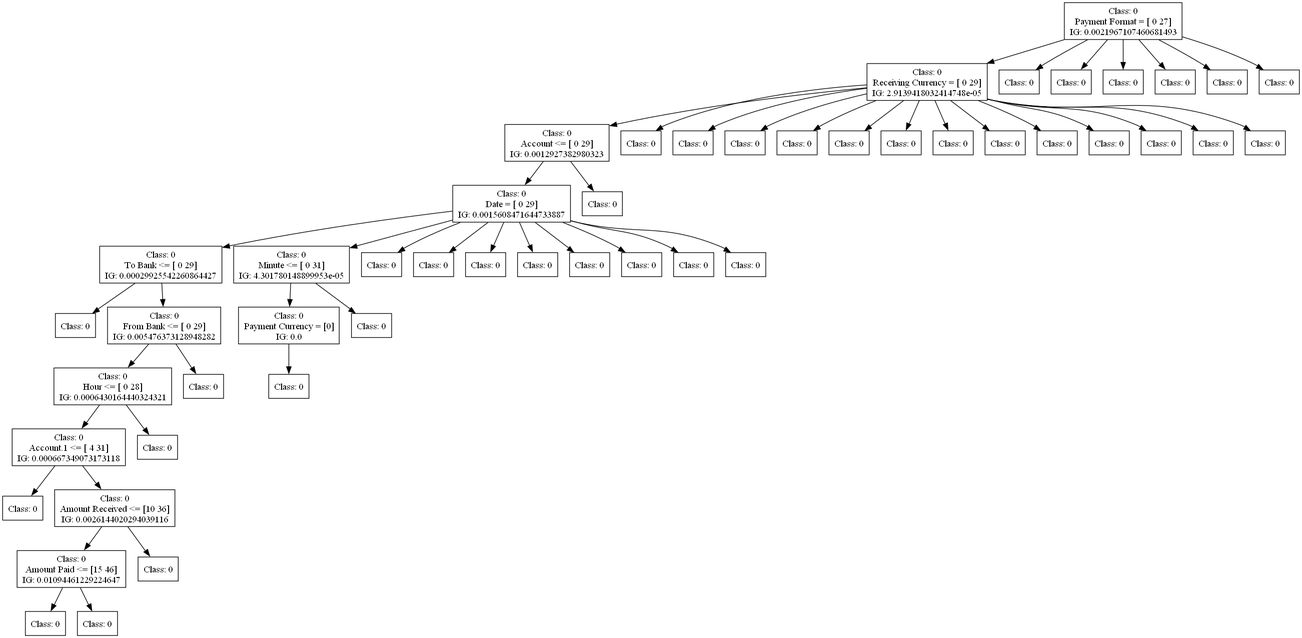
This is dot_figs/tree-id3-wo_preprocessing-2.png from FedericoBruzzone/anti-money-laundering, a Graphviz export, as it was before one commit. Its source is kept beside it as dot_figs/tree-id3-wo_preprocessing-2.dot.
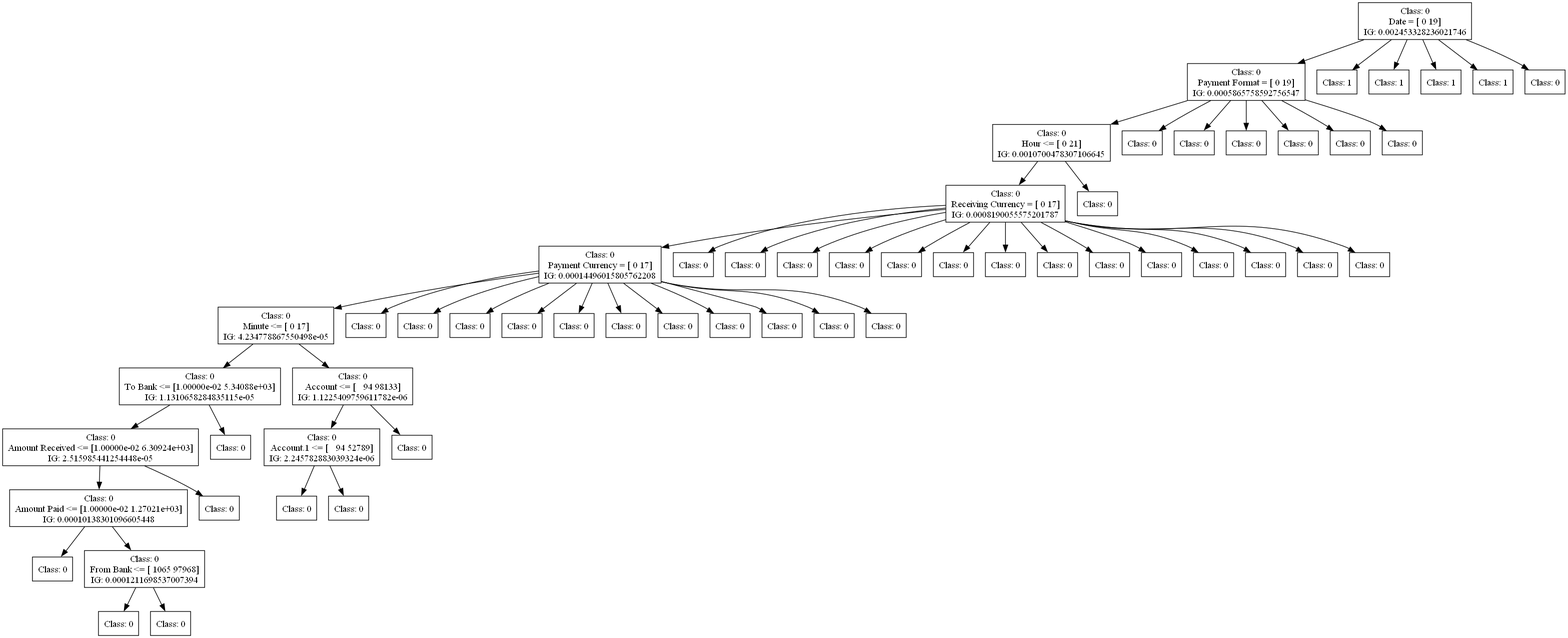
The same file after the commit.

The edit, as a diff of the source:
```diff
@@ -1,162 +1,186 @@
 digraph DecisionTree {
 	rankdir=TD;
 	node [shape=box];
-	1903594352752 [label="Class: 0
-Payment Format = [ 0 27]
-IG: 0.0021967107460681493"];
-	1903594341856 [label="Class: 0
-Receiving Currency = [ 0 29]
-IG: 2.9139418032414748e-05"];
-	1903594352752 -> 1903594341856;
-	1903594345072 [label="Class: 0
-Account <= [ 0 29]
-IG: 0.0012927382980323"];
-	1903594341856 -> 1903594345072;
-	1903594350064 [label="Class: 0
-Date = [ 0 29]
-IG: 0.0015608471644733887"];
-	1903594345072 -> 1903594350064;
-	1903594344544 [label="Class: 0
-To Bank <= [ 0 29]
-IG: 0.00029925542260864427"];
-	1903594350064 -> 1903594344544;
-	1903594354048 [label="Class: 0
+	2371196544544 [label="Class: 0
+Date = [ 0 19]
+IG: 0.002453328236021746"];
+	2371515421824 [label="Class: 0
+Payment Format = [ 0 19]
+IG: 0.0005865758592756547"];
+	2371196544544 -> 2371515421824;
+	2371515432912 [label="Class: 0
+Hour <= [ 0 21]
+IG: 0.0010700478307106645"];
+	2371515421824 -> 2371515432912;
+	2371721488624 [label="Class: 0
+Receiving Currency = [ 0 17]
+IG: 0.0008190055575201787"];
+	2371515432912 -> 2371721488624;
+	2372786486048 [label="Class: 0
+Payment Currency = [ 0 17]
+IG: 0.00014496015805762208"];
+	2371721488624 -> 2372786486048;
+	2371196691952 [label="Class: 0
+Minute <= [ 0 17]
+IG: 4.234778867550498e-05"];
+	2372786486048 -> 2371196691952;
+	2371515426048 [label="Class: 0
+To Bank <= [1.00000e-02 5.34088e+03]
+IG: 1.1310658284835115e-05"];
+	2371196691952 -> 2371515426048;
+	2371515430368 [label="Class: 0
+Amount Received <= [1.00000e-02 6.30924e+03]
+IG: 2.515985441254448e-05"];
+	2371515426048 -> 2371515430368;
+	2371515421200 [label="Class: 0
+Amount Paid <= [1.00000e-02 1.27021e+03]
+IG: 0.00010138301096605448"];
+	2371515430368 -> 2371515421200;
+	2371721479696 [label="Class: 0
 "];
-	1903594344544 -> 1903594354048;
-	1903594354960 [label="Class: 0
-From Bank <= [ 0 29]
-IG: 0.005476373128948282"];
-	1903594344544 -> 1903594354960;
-	1903594355248 [label="Class: 0
-Hour <= [ 0 28]
-IG: 0.0006430164440324321"];
-	1903594354960 -> 1903594355248;
-	1903594355968 [label="Class: 0
-Account.1 <= [ 4 31]
-IG: 0.000667349073173118"];
-	1903594355248 -> 1903594355968;
-	1903594350640 [label="Class: 0
+	2371515421200 -> 2371721479696;
+	2371721480896 [label="Class: 0
+From Bank <= [ 1065 97968]
+IG: 0.0001211698537007394"];
+	2371515421200 -> 2371721480896;
+	2371721483968 [label="Class: 0
 "];
-	1903594355968 -> 1903594350640;
-	1903594355824 [label="Class: 0
-Amount Received <= [10 36]
-IG: 0.0026144020294039116"];
-	1903594355968 -> 1903594355824;
-	1903594350256 [label="Class: 0
-Amount Paid <= [15 46]
-IG: 0.01094461229224647"];
-	1903594355824 -> 1903594350256;
-	1903594349920 [label="Class: 0
+	2371721480896 -> 2371721483968;
+	2371721483920 [label="Class: 0
 "];
-	1903594350256 -> 1903594349920;
-	1903594353664 [label="Class: 0
+	2371721480896 -> 2371721483920;
+	2371515427488 [label="Class: 0
 "];
-	1903594350256 -> 1903594353664;
-	1903594354720 [label="Class: 0
+	2371515430368 -> 2371515427488;
+	2371515431952 [label="Class: 0
 "];
-	1903594355824 -> 1903594354720;
-	1903594356400 [label="Class: 0
+	2371515426048 -> 2371515431952;
+	2371515424752 [label="Class: 0
+Account <= [   94 98133]
+IG: 1.1225409759611782e-06"];
+	2371196691952 -> 2371515424752;
+	2371721486080 [label="Class: 0
+Account.1 <= [   94 52789]
+IG: 2.245782883039324e-06"];
+	2371515424752 -> 2371721486080;
+	2371721488000 [label="Class: 0
 "];
-	1903594355248 -> 1903594356400;
-	1903594355680 [label="Class: 0
+	2371721486080 -> 2371721488000;
+	2371721489968 [label="Class: 0
 "];
-	1903594354960 -> 1903594355680;
-	1903594353232 [label="Class: 0
-Minute <= [ 0 31]
-IG: 4.301780148899953e-05"];
-	1903594350064 -> 1903594353232;
-	1901316556976 [label="Class: 0
-Payment Currency = [0]
-IG: 0.0"];
-	1903594353232 -> 1901316556976;
-	1901316556928 [label="Class: 0
+	2371721486080 -> 2371721489968;
+	2371721486896 [label="Class: 0
 "];
-	1901316556976 -> 1901316556928;
-	1901316557408 [label="Class: 0
+	2371515424752 -> 2371721486896;
+	2371196694736 [label="Class: 0
 "];
-	1903594353232 -> 1901316557408;
-	1903594349584 [label="Class: 0
+	2372786486048 -> 2371196694736;
+	2371196687824 [label="Class: 0
 "];
-	1903594350064 -> 1903594349584;
-	1903594343872 [label="Class: 0
+	2372786486048 -> 2371196687824;
+	2371196694688 [label="Class: 0
 "];
-	1903594350064 -> 1903594343872;
-	1903594343536 [label="Class: 0
+	2372786486048 -> 2371196694688;
+	2371515420336 [label="Class: 0
 "];
-	1903594350064 -> 1903594343536;
-	1903594353424 [label="Class: 0
+	2372786486048 -> 2371515420336;
+	2371515428784 [label="Class: 0
 "];
-	1903594350064 -> 1903594353424;
-	1903594342912 [label="Class: 0
+	2372786486048 -> 2371515428784;
+	2371515420288 [label="Class: 0
 "];
-	1903594350064 -> 1903594342912;
-	1903594350400 [label="Class: 0
+	2372786486048 -> 2371515420288;
+	2371515420672 [label="Class: 0
 "];
-	1903594350064 -> 1903594350400;
-	1903594347424 [label="Class: 0
+	2372786486048 -> 2371515420672;
+	2371515416736 [label="Class: 0
 "];
-	1903594350064 -> 1903594347424;
-	1903594349824 [label="Class: 0
+	2372786486048 -> 2371515416736;
+	2371515421248 [label="Class: 0
 "];
-	1903594350064 -> 1903594349824;
-	1903594353472 [label="Class: 0
+	2372786486048 -> 2371515421248;
+	2371515421296 [label="Class: 0
 "];
-	1903594345072 -> 1903594353472;
-	1903594343776 [label="Class: 0
+	2372786486048 -> 2371515421296;
+	2371515421968 [label="Class: 0
 "];
-	1903594341856 -> 1903594343776;
-	1903594341760 [label="Class: 0
+	2372786486048 -> 2371515421968;
+	2370908566240 [label="Class: 0
 "];
-	1903594341856 -> 1903594341760;
-	1903594343056 [label="Class: 0
+	2371721488624 -> 2370908566240;
+	2371196544736 [label="Class: 0
 "];
-	1903594341856 -> 1903594343056;
-	1903594344832 [label="Class: 0
+	2371721488624 -> 2371196544736;
+	2371196542480 [label="Class: 0
 "];
-	1903594341856 -> 1903594344832;
-	1903594341712 [label="Class: 0
+	2371721488624 -> 2371196542480;
+	2371187871312 [label="Class: 0
 "];
-	1903594341856 -> 1903594341712;
-	1903594341568 [label="Class: 0
+	2371721488624 -> 2371187871312;
+	2371187256400 [label="Class: 0
 "];
-	1903594341856 -> 1903594341568;
-	1903594344304 [label="Class: 0
+	2371721488624 -> 2371187256400;
+	2372786845680 [label="Class: 0
 "];
-	1903594341856 -> 1903594344304;
-	1903594342000 [label="Class: 0
+	2371721488624 -> 2372786845680;
+	2372786836176 [label="Class: 0
 "];
-	1903594341856 -> 1903594342000;
-	1903594349344 [label="Class: 0
+	2371721488624 -> 2372786836176;
+	2372786836272 [label="Class: 0
 "];
-	1903594341856 -> 1903594349344;
-	1903594341232 [label="Class: 0
+	2371721488624 -> 2372786836272;
+	2372786844384 [label="Class: 0
 "];
-	1903594341856 -> 1903594341232;
-	1903594343824 [label="Class: 0
+	2371721488624 -> 2372786844384;
+	2372786839872 [label="Class: 0
 "];
-	1903594341856 -> 1903594343824;
-	1903594345552 [label="Class: 0
+	2371721488624 -> 2372786839872;
+	2372786841024 [label="Class: 0
 "];
-	1903594341856 -> 1903594345552;
-	1903594342624 [label="Class: 0
+	2371721488624 -> 2372786841024;
+	2371196687968 [label="Class: 0
 "];
-	1903594341856 -> 1903594342624;
-	1903594341520 [label="Class: 0
+	2371721488624 -> 2371196687968;
+	2371196694208 [label="Class: 0
 "];
-	1903594352752 -> 1903594341520;
-	1903594346992 [label="Class: 0
+	2371721488624 -> 2371196694208;
+	2371196687296 [label="Class: 0
 "];
-	1903594352752 -> 1903594346992;
-	1903594347184 [label="Class: 0
+	2371721488624 -> 2371196687296;
+	2371721489056 [label="Class: 0
 "];
-	1903594352752 -> 1903594347184;
-	1903594342528 [label="Class: 0
+	2371515432912 -> 2371721489056;
+	2371515432672 [label="Class: 0
 "];
-	1903594352752 -> 1903594342528;
-	1903594342960 [label="Class: 0
+	2371515421824 -> 2371515432672;
+	2371515432864 [label="Class: 0
 "];
-	1903594352752 -> 1903594342960;
-	1903594342048 [label="Class: 0
+	2371515421824 -> 2371515432864;
+	2371515432528 [label="Class: 0
 "];
-	1903594352752 -> 1903594342048;
+	2371515421824 -> 2371515432528;
+	2371515432048 [label="Class: 0
+"];
+	2371515421824 -> 2371515432048;
+	2371515431376 [label="Class: 0
+"];
+	2371515421824 -> 2371515431376;
+	2371515430464 [label="Class: 0
+"];
+	2371515421824 -> 2371515430464;
+	2371515422256 [label="Class: 1
+"];
+	2371196544544 -> 2371515422256;
+	2371515420240 [label="Class: 1
+"];
+	2371196544544 -> 2371515420240;
+	2371515422016 [label="Class: 1
+"];
+	2371196544544 -> 2371515422016;
+	2371515421680 [label="Class: 1
+"];
+	2371196544544 -> 2371515421680;
+	2371515419184 [label="Class: 0
+"];
+	2371196544544 -> 2371515419184;
 }
```
